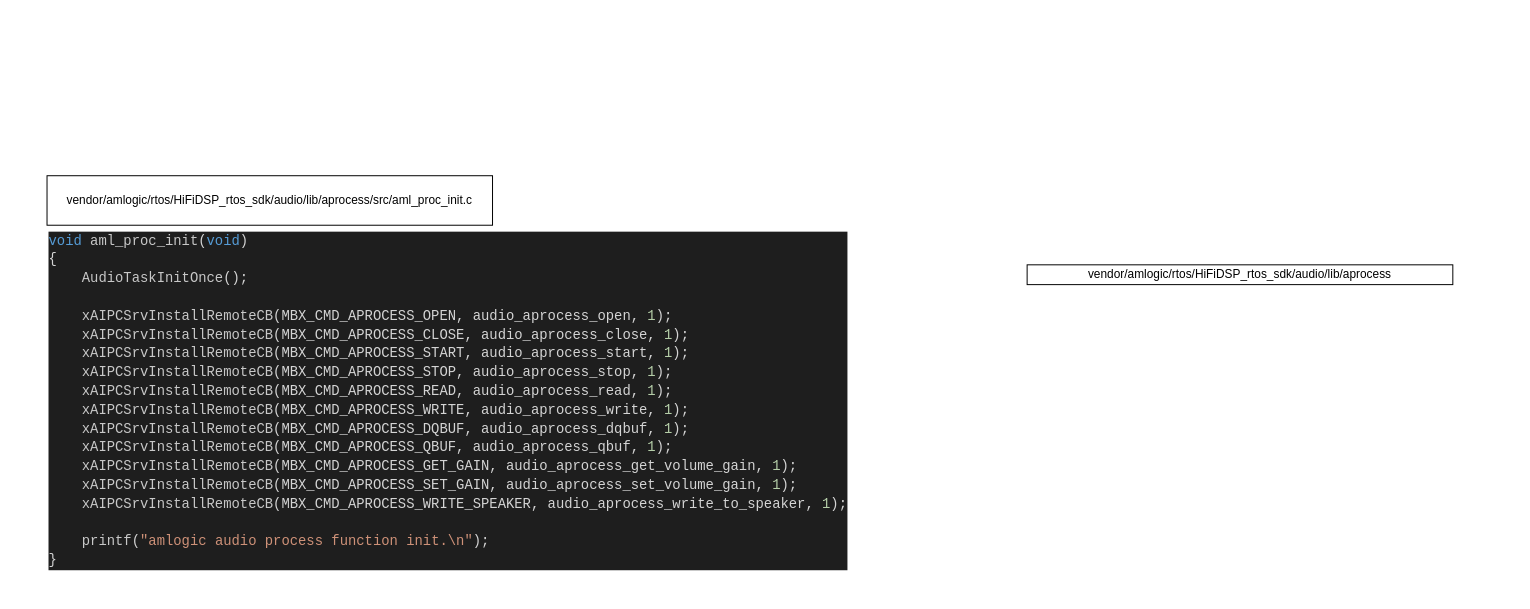
Before: aml-hifi.drawio in RespateG/draw.io, a draw.io diagram. Source tidied: cells renumbered, new cells numbered last; positions are measured from the earlier drawing's top-left corner, leaving out a move shared by most shapes. Both pictures are drawn from the tidied source at 99%, with x=0, y=0 at pixel (47, 175).
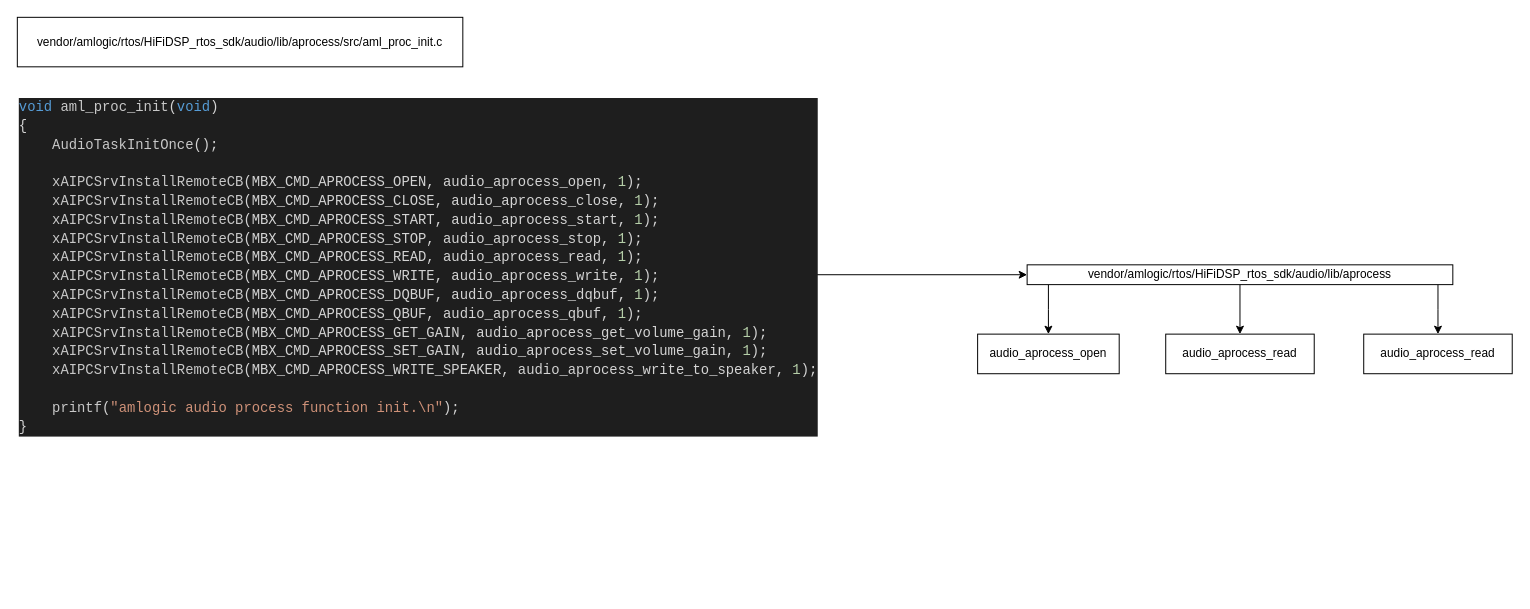
Above is the later version.

The edit, as a diff of the source:
```diff
@@
 <mxGraphModel>
   <root>
     <mxCell id="0" />
     <mxCell id="1" parent="0" />
+    <mxCell id="5" style="edgeStyle=orthogonalEdgeStyle;rounded=0;jettySize=auto;html=1;entryX=0.5;entryY=0;entryDx=0;entryDy=0;" parent="1" edge="1" source="2" target="9">
+      <mxGeometry relative="1" as="geometry">
+        <Array as="points">
+          <mxPoint x="1011" y="135" />
+        </Array>
+      </mxGeometry>
+    </mxCell>
+    <mxCell id="6" style="edgeStyle=orthogonalEdgeStyle;rounded=0;jettySize=auto;html=1;entryX=0.5;entryY=0;entryDx=0;entryDy=0;" parent="1" edge="1" source="2" target="10">
+      <mxGeometry relative="1" as="geometry" />
+    </mxCell>
+    <mxCell id="7" style="edgeStyle=orthogonalEdgeStyle;rounded=0;jettySize=auto;html=1;entryX=0.5;entryY=0;entryDx=0;entryDy=0;" parent="1" edge="1" source="2" target="11">
+      <mxGeometry relative="1" as="geometry">
+        <Array as="points">
+          <mxPoint x="1405" y="135" />
+          <mxPoint x="1405" y="135" />
+        </Array>
+      </mxGeometry>
+    </mxCell>
     <mxCell id="2" value="vendor/amlogic/rtos/HiFiDSP_rtos_sdk/audio/lib/aprocess" style="rounded=0;whiteSpace=wrap;html=1;" parent="1" vertex="1">
       <mxGeometry x="990" y="90" width="430" height="20" as="geometry" />
     </mxCell>
+    <mxCell id="8" style="edgeStyle=orthogonalEdgeStyle;rounded=0;jettySize=auto;html=1;entryX=0;entryY=0.5;entryDx=0;entryDy=0;" parent="1" edge="1" source="3" target="2">
+      <mxGeometry relative="1" as="geometry" />
+    </mxCell>
     <mxCell id="3" value="&lt;div style=&quot;color: #d4d4d4;background-color: #1e1e1e;font-family: Consolas, 'Courier New', monospace;font-weight: normal;font-size: 14px;line-height: 19px;white-space: pre;&quot;&gt;&lt;div&gt;&lt;span style=&quot;color: #569cd6;&quot;&gt;void&lt;/span&gt;&lt;span style=&quot;color: #d4d4d4;&quot;&gt; &lt;/span&gt;&lt;span style=&quot;color: #c8c8c8;&quot;&gt;aml_proc_init&lt;/span&gt;&lt;span style=&quot;color: #d4d4d4;&quot;&gt;(&lt;/span&gt;&lt;span style=&quot;color: #569cd6;&quot;&gt;void&lt;/span&gt;&lt;span style=&quot;color: #d4d4d4;&quot;&gt;)&lt;/span&gt;&lt;/div&gt;&lt;div&gt;&lt;span style=&quot;color: #d4d4d4;&quot;&gt;{&lt;/span&gt;&lt;/div&gt;&lt;div&gt;&lt;span style=&quot;color: #d4d4d4;&quot;&gt;&amp;nbsp; &amp;nbsp; &lt;/span&gt;&lt;span style=&quot;color: #c8c8c8;&quot;&gt;AudioTaskInitOnce&lt;/span&gt;&lt;span style=&quot;color: #d4d4d4;&quot;&gt;();&lt;/span&gt;&lt;/div&gt;&lt;br&gt;&lt;div&gt;&lt;span style=&quot;color: #d4d4d4;&quot;&gt;&amp;nbsp; &amp;nbsp; &lt;/span&gt;&lt;span style=&quot;color: #c8c8c8;&quot;&gt;xAIPCSrvInstallRemoteCB&lt;/span&gt;&lt;span style=&quot;color: #d4d4d4;&quot;&gt;(MBX_CMD_APROCESS_OPEN, audio_aprocess_open, &lt;/span&gt;&lt;span style=&quot;color: #b5cea8;&quot;&gt;1&lt;/span&gt;&lt;span style=&quot;color: #d4d4d4;&quot;&gt;);&lt;/span&gt;&lt;/div&gt;&lt;div&gt;&lt;span style=&quot;color: #d4d4d4;&quot;&gt;&amp;nbsp; &amp;nbsp; &lt;/span&gt;&lt;span style=&quot;color: #c8c8c8;&quot;&gt;xAIPCSrvInstallRemoteCB&lt;/span&gt;&lt;span style=&quot;color: #d4d4d4;&quot;&gt;(MBX_CMD_APROCESS_CLOSE, audio_aprocess_close, &lt;/span&gt;&lt;span style=&quot;color: #b5cea8;&quot;&gt;1&lt;/span&gt;&lt;span style=&quot;color: #d4d4d4;&quot;&gt;);&lt;/span&gt;&lt;/div&gt;&lt;div&gt;&lt;span style=&quot;color: #d4d4d4;&quot;&gt;&amp;nbsp; &amp;nbsp; &lt;/span&gt;&lt;span style=&quot;color: #c8c8c8;&quot;&gt;xAIPCSrvInstallRemoteCB&lt;/span&gt;&lt;span style=&quot;color: #d4d4d4;&quot;&gt;(MBX_CMD_APROCESS_START, audio_aprocess_start, &lt;/span&gt;&lt;span style=&quot;color: #b5cea8;&quot;&gt;1&lt;/span&gt;&lt;span style=&quot;color: #d4d4d4;&quot;&gt;);&lt;/span&gt;&lt;/div&gt;&lt;div&gt;&lt;span style=&quot;color: #d4d4d4;&quot;&gt;&amp;nbsp; &amp;nbsp; &lt;/span&gt;&lt;span style=&quot;color: #c8c8c8;&quot;&gt;xAIPCSrvInstallRemoteCB&lt;/span&gt;&lt;span style=&quot;color: #d4d4d4;&quot;&gt;(MBX_CMD_APROCESS_STOP, audio_aprocess_stop, &lt;/span&gt;&lt;span style=&quot;color: #b5cea8;&quot;&gt;1&lt;/span&gt;&lt;span style=&quot;color: #d4d4d4;&quot;&gt;);&lt;/span&gt;&lt;/div&gt;&lt;div&gt;&lt;span style=&quot;color: #d4d4d4;&quot;&gt;&amp;nbsp; &amp;nbsp; &lt;/span&gt;&lt;span style=&quot;color: #c8c8c8;&quot;&gt;xAIPCSrvInstallRemoteCB&lt;/span&gt;&lt;span style=&quot;color: #d4d4d4;&quot;&gt;(MBX_CMD_APROCESS_READ, audio_aprocess_read, &lt;/span&gt;&lt;span style=&quot;color: #b5cea8;&quot;&gt;1&lt;/span&gt;&lt;span style=&quot;color: #d4d4d4;&quot;&gt;);&lt;/span&gt;&lt;/div&gt;&lt;div&gt;&lt;span style=&quot;color: #d4d4d4;&quot;&gt;&amp;nbsp; &amp;nbsp; &lt;/span&gt;&lt;span style=&quot;color: #c8c8c8;&quot;&gt;xAIPCSrvInstallRemoteCB&lt;/span&gt;&lt;span style=&quot;color: #d4d4d4;&quot;&gt;(MBX_CMD_APROCESS_WRITE, audio_aprocess_write, &lt;/span&gt;&lt;span style=&quot;color: #b5cea8;&quot;&gt;1&lt;/span&gt;&lt;span style=&quot;color: #d4d4d4;&quot;&gt;);&lt;/span&gt;&lt;/div&gt;&lt;div&gt;&lt;span style=&quot;color: #d4d4d4;&quot;&gt;&amp;nbsp; &amp;nbsp; &lt;/span&gt;&lt;span style=&quot;color: #c8c8c8;&quot;&gt;xAIPCSrvInstallRemoteCB&lt;/span&gt;&lt;span style=&quot;color: #d4d4d4;&quot;&gt;(MBX_CMD_APROCESS_DQBUF, audio_aprocess_dqbuf, &lt;/span&gt;&lt;span style=&quot;color: #b5cea8;&quot;&gt;1&lt;/span&gt;&lt;span style=&quot;color: #d4d4d4;&quot;&gt;);&lt;/span&gt;&lt;/div&gt;&lt;div&gt;&lt;span style=&quot;color: #d4d4d4;&quot;&gt;&amp;nbsp; &amp;nbsp; &lt;/span&gt;&lt;span style=&quot;color: #c8c8c8;&quot;&gt;xAIPCSrvInstallRemoteCB&lt;/span&gt;&lt;span style=&quot;color: #d4d4d4;&quot;&gt;(MBX_CMD_APROCESS_QBUF, audio_aprocess_qbuf, &lt;/span&gt;&lt;span style=&quot;color: #b5cea8;&quot;&gt;1&lt;/span&gt;&lt;span style=&quot;color: #d4d4d4;&quot;&gt;);&lt;/span&gt;&lt;/div&gt;&lt;div&gt;&lt;span style=&quot;color: #d4d4d4;&quot;&gt;&amp;nbsp; &amp;nbsp; &lt;/span&gt;&lt;span style=&quot;color: #c8c8c8;&quot;&gt;xAIPCSrvInstallRemoteCB&lt;/span&gt;&lt;span style=&quot;color: #d4d4d4;&quot;&gt;(MBX_CMD_APROCESS_GET_GAIN, audio_aprocess_get_volume_gain, &lt;/span&gt;&lt;span style=&quot;color: #b5cea8;&quot;&gt;1&lt;/span&gt;&lt;span style=&quot;color: #d4d4d4;&quot;&gt;);&lt;/span&gt;&lt;/div&gt;&lt;div&gt;&lt;span style=&quot;color: #d4d4d4;&quot;&gt;&amp;nbsp; &amp;nbsp; &lt;/span&gt;&lt;span style=&quot;color: #c8c8c8;&quot;&gt;xAIPCSrvInstallRemoteCB&lt;/span&gt;&lt;span style=&quot;color: #d4d4d4;&quot;&gt;(MBX_CMD_APROCESS_SET_GAIN, audio_aprocess_set_volume_gain, &lt;/span&gt;&lt;span style=&quot;color: #b5cea8;&quot;&gt;1&lt;/span&gt;&lt;span style=&quot;color: #d4d4d4;&quot;&gt;);&lt;/span&gt;&lt;/div&gt;&lt;div&gt;&lt;span style=&quot;color: #d4d4d4;&quot;&gt;&amp;nbsp; &amp;nbsp; &lt;/span&gt;&lt;span style=&quot;color: #c8c8c8;&quot;&gt;xAIPCSrvInstallRemoteCB&lt;/span&gt;&lt;span style=&quot;color: #d4d4d4;&quot;&gt;(MBX_CMD_APROCESS_WRITE_SPEAKER, audio_aprocess_write_to_speaker, &lt;/span&gt;&lt;span style=&quot;color: #b5cea8;&quot;&gt;1&lt;/span&gt;&lt;span style=&quot;color: #d4d4d4;&quot;&gt;);&lt;/span&gt;&lt;/div&gt;&lt;br&gt;&lt;div&gt;&lt;span style=&quot;color: #d4d4d4;&quot;&gt;&amp;nbsp; &amp;nbsp; &lt;/span&gt;&lt;span style=&quot;color: #c8c8c8;&quot;&gt;printf&lt;/span&gt;&lt;span style=&quot;color: #d4d4d4;&quot;&gt;(&lt;/span&gt;&lt;span style=&quot;color: #ce9178;&quot;&gt;&quot;amlogic audio process function init.\n&quot;&lt;/span&gt;&lt;span style=&quot;color: #d4d4d4;&quot;&gt;);&lt;/span&gt;&lt;/div&gt;&lt;div&gt;&lt;span style=&quot;color: #d4d4d4;&quot;&gt;}&lt;/span&gt;&lt;/div&gt;&lt;/div&gt;" style="text;whiteSpace=wrap;html=1;" parent="1" vertex="1">
-      <mxGeometry y="50" width="560" height="370" as="geometry" />
+      <mxGeometry x="-30" y="-85" width="740" height="370" as="geometry" />
     </mxCell>
     <mxCell id="4" value="vendor/amlogic/rtos/HiFiDSP_rtos_sdk/audio/lib/aprocess/src/aml_proc_init.c" style="rounded=0;whiteSpace=wrap;html=1;" parent="1" vertex="1">
-      <mxGeometry width="450" height="50" as="geometry" />
+      <mxGeometry x="-30" y="-160" width="450" height="50" as="geometry" />
     </mxCell>
+    <mxCell id="9" value="audio_aprocess_open" style="rounded=0;whiteSpace=wrap;html=1;" parent="1" vertex="1">
+      <mxGeometry x="940" y="160" width="143" height="40" as="geometry" />
+    </mxCell>
+    <mxCell id="10" value="audio_aprocess_read" style="rounded=0;whiteSpace=wrap;html=1;" parent="1" vertex="1">
+      <mxGeometry x="1130" y="160" width="150" height="40" as="geometry" />
+    </mxCell>
+    <mxCell id="11" value="audio_aprocess_read" style="rounded=0;whiteSpace=wrap;html=1;" parent="1" vertex="1">
+      <mxGeometry x="1330" y="160" width="150" height="40" as="geometry" />
+    </mxCell>
   </root>
 </mxGraphModel>
```
